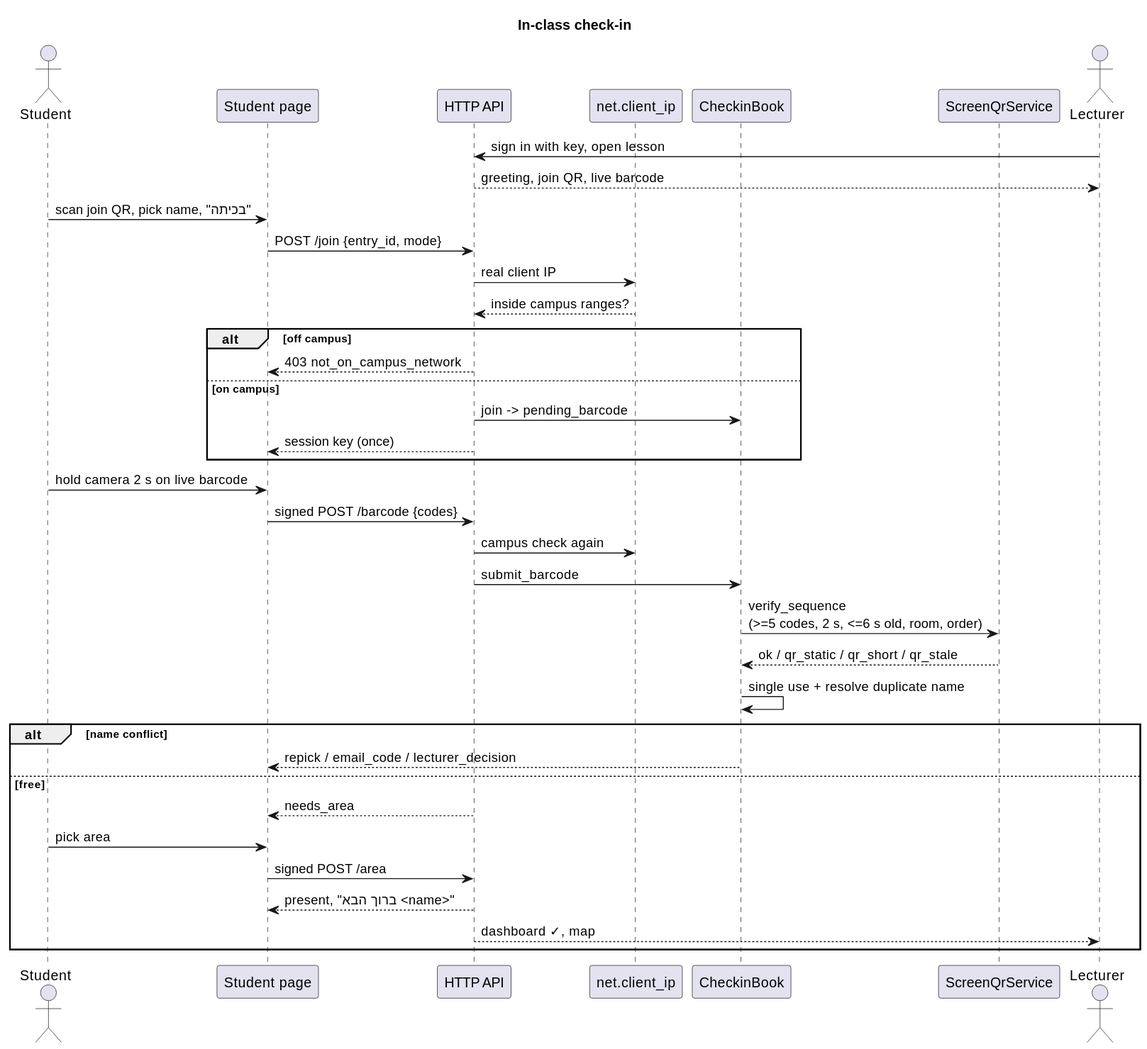
Earlier version of the PlantUML export docs/diagrams/seq-checkin.svg (Haim-Barby/ZooMoodle). Its diagram source:
```plantuml
@startuml
title In-class check-in

actor Student
participant "Student page" as UI
participant "HTTP API" as API
participant "net.client_ip" as NET
participant CheckinBook as CB
participant ScreenQrService as QR
actor Lecturer

Lecturer -> API : sign in with key, open lesson
API --> Lecturer : greeting, join QR, live barcode
Student -> UI : scan join QR, pick name, "בכיתה"
UI -> API : POST /join {entry_id, mode}
API -> NET : real client IP
NET --> API : inside campus ranges?
alt off campus
  API --> UI : 403 not_on_campus_network
else on campus
  API -> CB : join -> pending_barcode
  API --> UI : session key (once)
end
Student -> UI : hold camera 2 s on live barcode
UI -> API : signed POST /barcode {codes}
API -> NET : campus check again
API -> CB : submit_barcode
CB -> QR : verify_sequence\n(>=5 codes, 2 s, <=6 s old, room, order)
QR --> CB : ok / qr_static / qr_short / qr_stale
CB -> CB : single use + resolve duplicate name
alt name conflict
  CB --> UI : repick / email_code / lecturer_decision
else free
  API --> UI : needs_area
  Student -> UI : pick area
  UI -> API : signed POST /area
  API --> UI : present, "ברוך הבא <name>"
  API --> Lecturer : dashboard ✓, map
end
@enduml
```
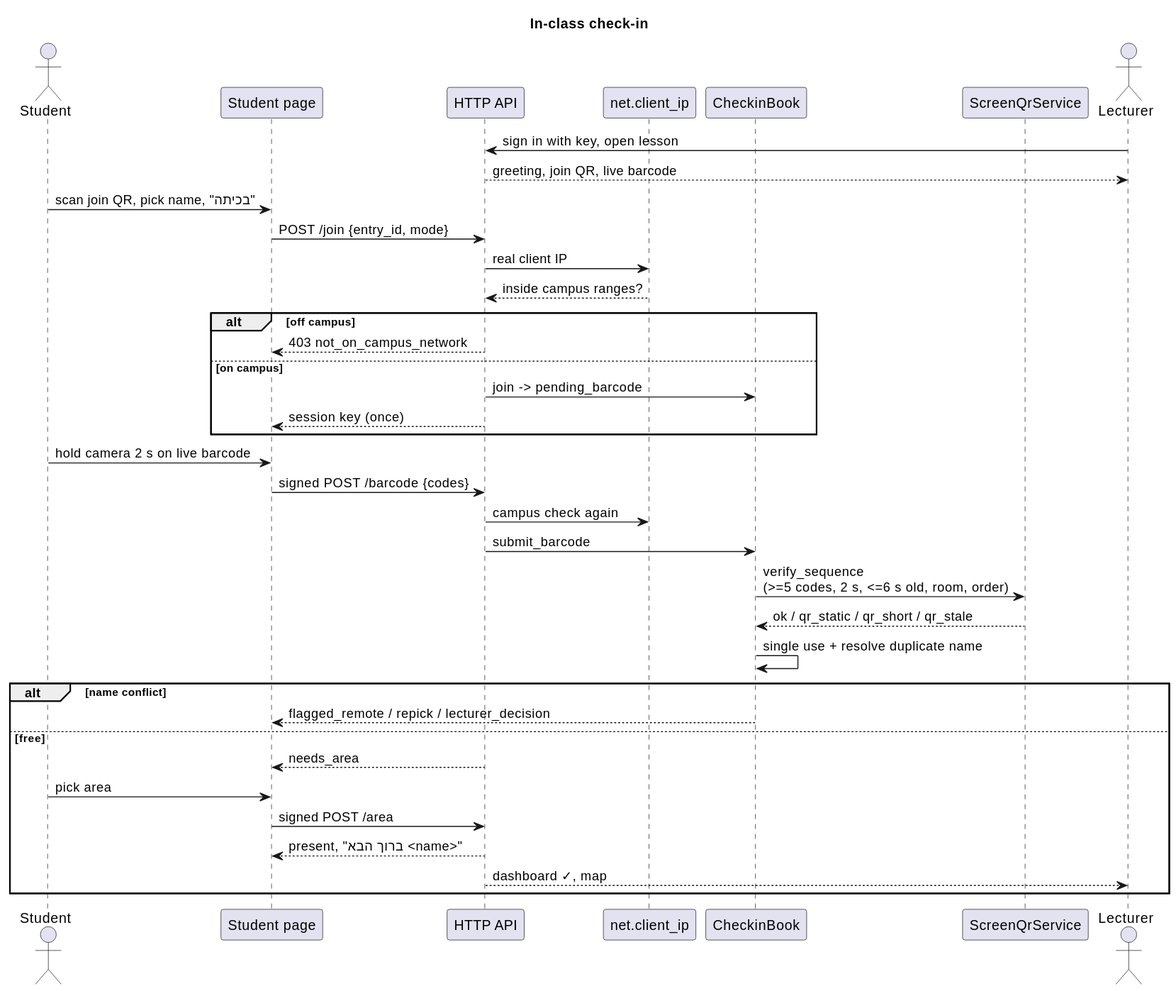
Above is the later version.

What changed in the source:
```diff
@@ -29,7 +29,7 @@
 QR --> CB : ok / qr_static / qr_short / qr_stale
 CB -> CB : single use + resolve duplicate name
 alt name conflict
-  CB --> UI : repick / email_code / lecturer_decision
+  CB --> UI : flagged_remote / repick / lecturer_decision
 else free
   API --> UI : needs_area
   Student -> UI : pick area
```
